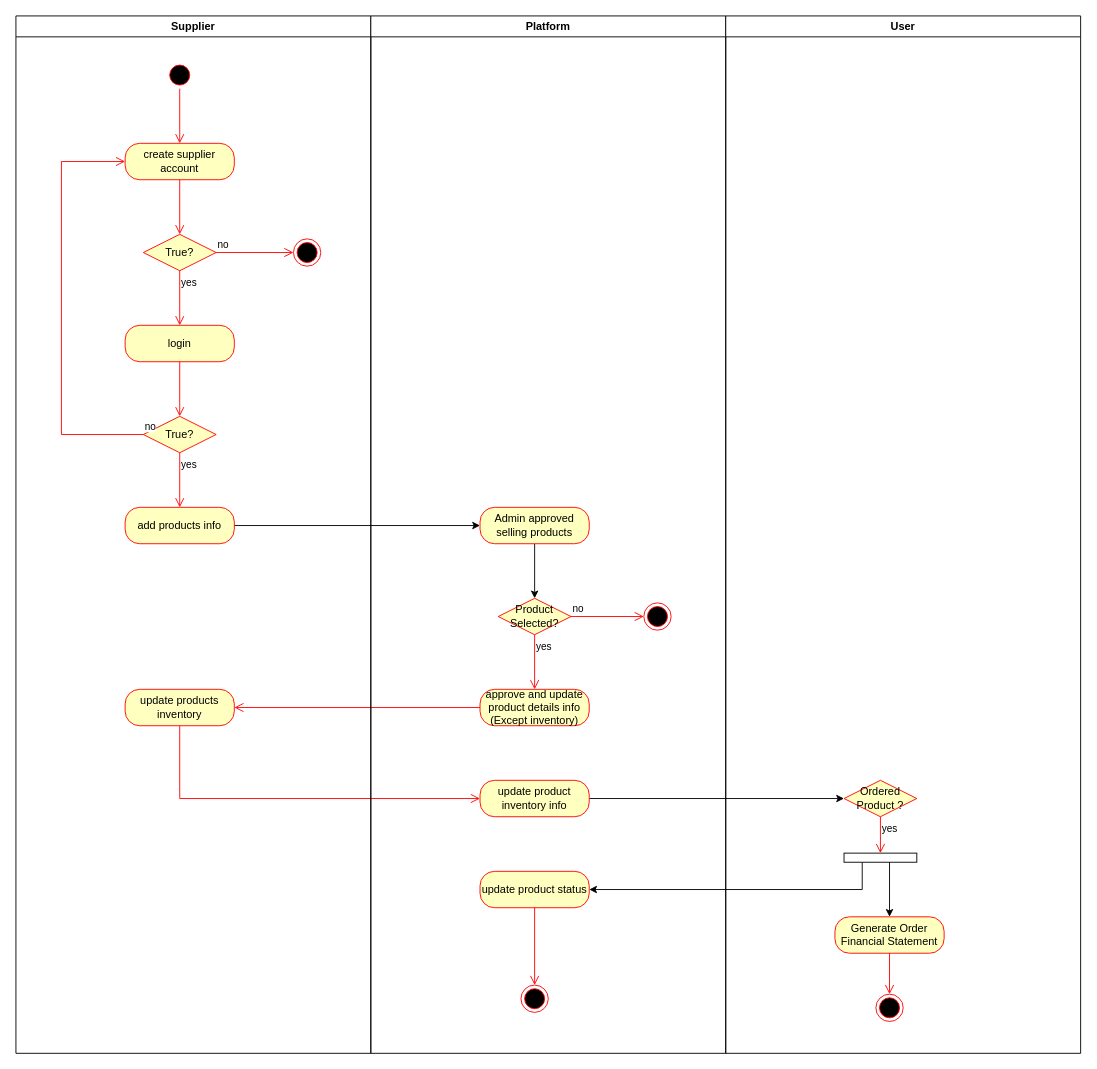
Before: page "Activity Diagram" (2 of 7) of 1 System Analysis Diagram/Use Case_PlatformSuppliers.drawio in CHAITANYA510/QuickMall-eCommerce, a draw.io diagram. Source tidied: cells renumbered, new cells numbered last; positions are measured from the earlier drawing's top-left corner, leaving out a move shared by most shapes. Both pictures are drawn from the tidied source at 91%, with x=0, y=0 at pixel (15, 15).
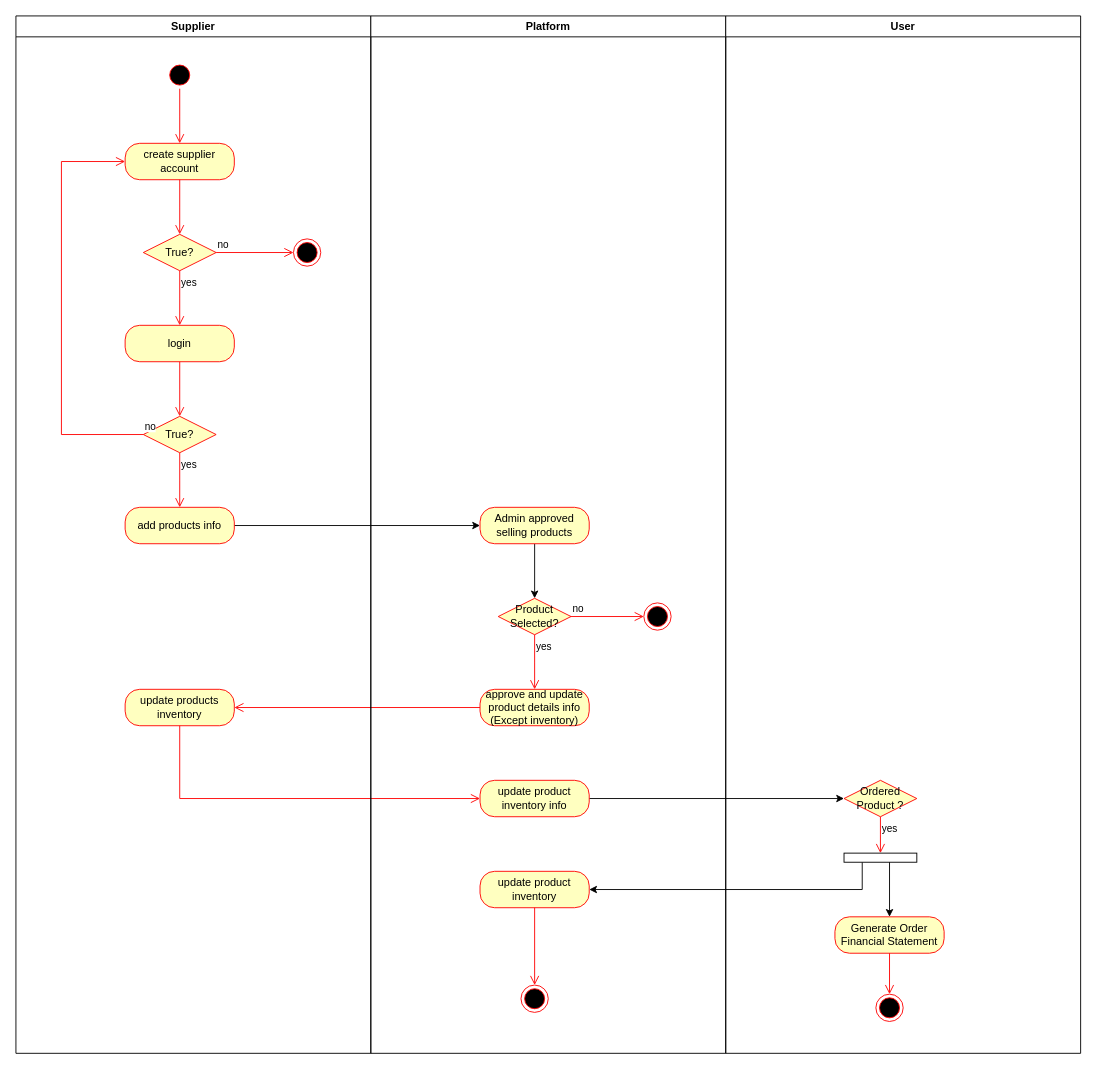
The same page after the edit.

Diff of the diagram source:
```diff
@@
-    <mxCell id="29" value="update product status" style="rounded=1;whiteSpace=wrap;html=1;arcSize=40;fontColor=#000000;fillColor=#ffffc0;strokeColor=#ff0000;" parent="1" vertex="1">
+    <mxCell id="29" value="update product inventory" style="rounded=1;whiteSpace=wrap;html=1;arcSize=40;fontColor=#000000;fillColor=#ffffc0;strokeColor=#ff0000;" parent="1" vertex="1">
       <mxGeometry x="510" y="940" width="120" height="40" as="geometry" />
     </mxCell>
```
